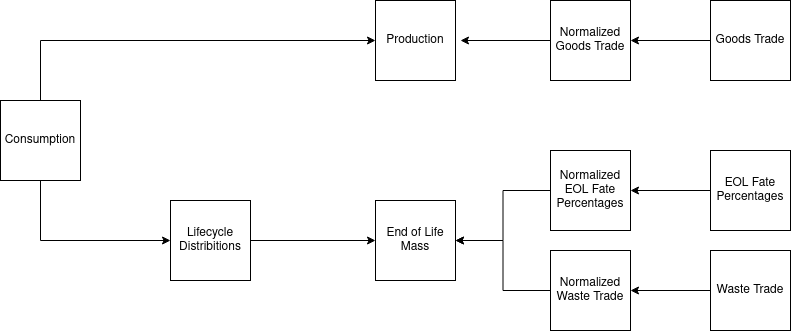
SchmidtDSE/plastics-interventions-doc keeps this draw.io diagram as flowChart.png. Above is the earlier version. Source tidied: cells renumbered, new cells last; positions are measured from the earlier drawing's top-left corner, leaving out a move shared by most shapes.
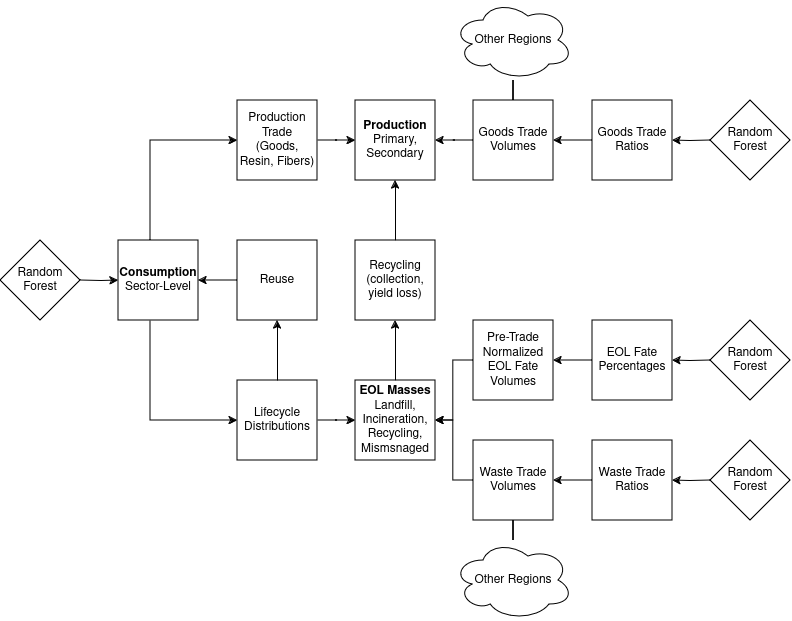
The same file after the commit.

Diff of the diagram source:
```diff
@@ -2,72 +2,150 @@
   <root>
     <mxCell id="0" />
     <mxCell id="1" parent="0" />
-    <mxCell id="2" style="edgeStyle=orthogonalEdgeStyle;rounded=0;jettySize=auto;html=1;" parent="1" edge="1" source="4" target="9">
-      <mxGeometry relative="1" as="geometry">
-        <Array as="points">
-          <mxPoint x="40" y="240" />
-        </Array>
-      </mxGeometry>
-    </mxCell>
-    <mxCell id="3" style="edgeStyle=orthogonalEdgeStyle;rounded=0;jettySize=auto;html=1;entryX=0;entryY=0.5;entryDx=0;entryDy=0;" parent="1" edge="1" source="4" target="7">
-      <mxGeometry relative="1" as="geometry">
-        <Array as="points">
-          <mxPoint x="40" y="40" />
-        </Array>
-      </mxGeometry>
-    </mxCell>
-    <mxCell id="4" value="Consumption" style="whiteSpace=wrap;html=1;" parent="1" vertex="1">
-      <mxGeometry y="100" width="80" height="80" as="geometry" />
-    </mxCell>
-    <mxCell id="5" style="edgeStyle=orthogonalEdgeStyle;rounded=0;jettySize=auto;html=1;" parent="1" edge="1" source="6" target="16">
-      <mxGeometry relative="1" as="geometry" />
-    </mxCell>
-    <mxCell id="6" value="Goods Trade" style="whiteSpace=wrap;html=1;" parent="1" vertex="1">
-      <mxGeometry x="710" width="80" height="80" as="geometry" />
-    </mxCell>
-    <mxCell id="7" value="Production" style="whiteSpace=wrap;html=1;" parent="1" vertex="1">
-      <mxGeometry x="375" width="80" height="80" as="geometry" />
-    </mxCell>
-    <mxCell id="8" style="edgeStyle=orthogonalEdgeStyle;rounded=0;jettySize=auto;html=1;entryX=0;entryY=0.5;entryDx=0;entryDy=0;" parent="1" edge="1" source="9" target="14">
-      <mxGeometry relative="1" as="geometry" />
-    </mxCell>
-    <mxCell id="9" value="Lifecycle Distribitions" style="whiteSpace=wrap;html=1;" parent="1" vertex="1">
-      <mxGeometry x="170" y="200" width="80" height="80" as="geometry" />
-    </mxCell>
-    <mxCell id="10" style="edgeStyle=orthogonalEdgeStyle;rounded=0;jettySize=auto;html=1;" parent="1" edge="1" source="11" target="14">
-      <mxGeometry relative="1" as="geometry" />
-    </mxCell>
-    <mxCell id="11" value="Normalized Waste Trade" style="whiteSpace=wrap;html=1;" parent="1" vertex="1">
-      <mxGeometry x="550" y="250" width="80" height="80" as="geometry" />
-    </mxCell>
-    <mxCell id="12" style="edgeStyle=orthogonalEdgeStyle;rounded=0;jettySize=auto;html=1;entryX=1;entryY=0.5;entryDx=0;entryDy=0;" parent="1" edge="1" source="13" target="11">
-      <mxGeometry relative="1" as="geometry" />
-    </mxCell>
-    <mxCell id="13" value="Waste Trade" style="whiteSpace=wrap;html=1;" parent="1" vertex="1">
-      <mxGeometry x="710" y="250" width="80" height="80" as="geometry" />
-    </mxCell>
-    <mxCell id="14" value="End of Life Mass" style="whiteSpace=wrap;html=1;" parent="1" vertex="1">
-      <mxGeometry x="375" y="200" width="80" height="80" as="geometry" />
-    </mxCell>
-    <mxCell id="15" style="edgeStyle=orthogonalEdgeStyle;rounded=0;jettySize=auto;html=1;" parent="1" edge="1" source="16">
-      <mxGeometry relative="1" as="geometry">
-        <mxPoint x="460" y="40" as="targetPoint" />
-      </mxGeometry>
-    </mxCell>
-    <mxCell id="16" value="Normalized Goods Trade" style="whiteSpace=wrap;html=1;" parent="1" vertex="1">
-      <mxGeometry x="550" width="80" height="80" as="geometry" />
-    </mxCell>
-    <mxCell id="17" style="edgeStyle=orthogonalEdgeStyle;rounded=0;jettySize=auto;html=1;" parent="1" edge="1" source="18" target="14">
-      <mxGeometry relative="1" as="geometry" />
-    </mxCell>
-    <mxCell id="18" value="&lt;div&gt;Normalized EOL Fate Percentages&lt;/div&gt;" style="whiteSpace=wrap;html=1;" parent="1" vertex="1">
-      <mxGeometry x="550" y="150" width="80" height="80" as="geometry" />
-    </mxCell>
-    <mxCell id="19" style="edgeStyle=orthogonalEdgeStyle;rounded=0;jettySize=auto;html=1;" parent="1" edge="1" source="20" target="18">
-      <mxGeometry relative="1" as="geometry" />
-    </mxCell>
+    <mxCell id="21" style="edgeStyle=orthogonalEdgeStyle;rounded=0;jettySize=auto;html=1;" parent="1" edge="1" target="24">
+      <mxGeometry relative="1" as="geometry">
+        <mxPoint x="50" y="160" as="sourcePoint" />
+      </mxGeometry>
+    </mxCell>
+    <mxCell id="22" style="edgeStyle=orthogonalEdgeStyle;rounded=0;jettySize=auto;html=1;entryX=0;entryY=0.5;entryDx=0;entryDy=0;" parent="1" edge="1" source="24" target="54">
+      <mxGeometry relative="1" as="geometry">
+        <Array as="points">
+          <mxPoint x="120" y="300" />
+        </Array>
+      </mxGeometry>
+    </mxCell>
+    <mxCell id="23" style="edgeStyle=orthogonalEdgeStyle;rounded=0;jettySize=auto;html=1;entryX=0;entryY=0.5;entryDx=0;entryDy=0;" parent="1" edge="1" source="24" target="55">
+      <mxGeometry relative="1" as="geometry">
+        <Array as="points">
+          <mxPoint x="120" y="20" />
+        </Array>
+      </mxGeometry>
+    </mxCell>
+    <mxCell id="24" value="&lt;div&gt;Consumption&lt;/div&gt;&lt;div&gt;&lt;span style=&quot;font-weight: normal;&quot;&gt;Sector-Level&lt;/span&gt;&lt;br&gt;&lt;/div&gt;" style="whiteSpace=wrap;html=1;fontStyle=1;flipH=1;" parent="1" vertex="1">
+      <mxGeometry x="88" y="120" width="80" height="80" as="geometry" />
+    </mxCell>
+    <mxCell id="25" style="edgeStyle=orthogonalEdgeStyle;rounded=0;jettySize=auto;html=1;" parent="1" edge="1" source="54" target="59">
+      <mxGeometry relative="1" as="geometry" />
+    </mxCell>
+    <mxCell id="26" style="edgeStyle=orthogonalEdgeStyle;rounded=0;jettySize=auto;html=1;" parent="1" edge="1" source="46" target="59">
+      <mxGeometry relative="1" as="geometry" />
+    </mxCell>
+    <mxCell id="27" style="edgeStyle=orthogonalEdgeStyle;rounded=0;jettySize=auto;html=1;" parent="1" edge="1" source="47" target="59">
+      <mxGeometry relative="1" as="geometry" />
+    </mxCell>
+    <mxCell id="28" style="edgeStyle=orthogonalEdgeStyle;rounded=0;jettySize=auto;html=1;" parent="1" edge="1" source="43" target="47">
+      <mxGeometry relative="1" as="geometry" />
+    </mxCell>
+    <mxCell id="29" style="edgeStyle=orthogonalEdgeStyle;rounded=0;jettySize=auto;html=1;" parent="1" edge="1" source="20" target="46">
+      <mxGeometry relative="1" as="geometry" />
+    </mxCell>
+    <mxCell id="30" style="edgeStyle=orthogonalEdgeStyle;rounded=0;jettySize=auto;html=1;" parent="1" edge="1" target="20">
+      <mxGeometry relative="1" as="geometry">
+        <mxPoint x="680" y="240" as="sourcePoint" />
+      </mxGeometry>
+    </mxCell>
+    <mxCell id="31" style="edgeStyle=orthogonalEdgeStyle;rounded=0;jettySize=auto;html=1;" parent="1" edge="1" target="43">
+      <mxGeometry relative="1" as="geometry">
+        <mxPoint x="680" y="360" as="sourcePoint" />
+      </mxGeometry>
+    </mxCell>
+    <mxCell id="32" style="edgeStyle=orthogonalEdgeStyle;rounded=0;jettySize=auto;html=1;entryX=0;entryY=0.5;entryDx=0;entryDy=0;" parent="1" edge="1" source="55" target="60">
+      <mxGeometry relative="1" as="geometry" />
+    </mxCell>
+    <mxCell id="33" style="edgeStyle=orthogonalEdgeStyle;rounded=0;jettySize=auto;html=1;entryX=1;entryY=0.5;entryDx=0;entryDy=0;" parent="1" edge="1" source="48" target="60">
+      <mxGeometry relative="1" as="geometry" />
+    </mxCell>
+    <mxCell id="34" style="edgeStyle=orthogonalEdgeStyle;rounded=0;jettySize=auto;html=1;" parent="1" edge="1" source="44" target="48">
+      <mxGeometry relative="1" as="geometry" />
+    </mxCell>
+    <mxCell id="35" style="edgeStyle=orthogonalEdgeStyle;rounded=0;jettySize=auto;html=1;" parent="1" edge="1" target="44">
+      <mxGeometry relative="1" as="geometry">
+        <mxPoint x="680" y="20" as="sourcePoint" />
+      </mxGeometry>
+    </mxCell>
+    <mxCell id="36" style="edgeStyle=orthogonalEdgeStyle;rounded=0;jettySize=auto;html=1;" parent="1" edge="1" source="56" target="24">
+      <mxGeometry relative="1" as="geometry" />
+    </mxCell>
+    <mxCell id="37" value="&lt;div&gt;Random&lt;/div&gt;&lt;div&gt;Forest&lt;br&gt;&lt;/div&gt;" style="rhombus;whiteSpace=wrap;html=1;flipH=1;" parent="1" vertex="1">
+      <mxGeometry x="-30" y="120" width="80" height="80" as="geometry" />
+    </mxCell>
+    <mxCell id="38" style="group;flipH=1;" parent="1" vertex="1">
+      <mxGeometry x="680" y="-20" width="80" height="420" as="geometry" />
+    </mxCell>
+    <mxCell id="39" value="&lt;div&gt;Random&lt;/div&gt;&lt;div&gt;Forest&lt;br&gt;&lt;/div&gt;" style="rhombus;whiteSpace=wrap;html=1;" parent="38" vertex="1">
+      <mxGeometry width="80" height="80" as="geometry" />
+    </mxCell>
+    <mxCell id="40" value="&lt;div&gt;Random&lt;/div&gt;&lt;div&gt;Forest&lt;br&gt;&lt;/div&gt;" style="rhombus;whiteSpace=wrap;html=1;" parent="38" vertex="1">
+      <mxGeometry y="220" width="80" height="80" as="geometry" />
+    </mxCell>
+    <mxCell id="41" value="&lt;div&gt;Random&lt;/div&gt;&lt;div&gt;Forest&lt;br&gt;&lt;/div&gt;" style="rhombus;whiteSpace=wrap;html=1;" parent="38" vertex="1">
+      <mxGeometry y="340" width="80" height="80" as="geometry" />
+    </mxCell>
+    <mxCell id="42" style="group;flipH=1;" parent="1" vertex="1">
+      <mxGeometry x="562" y="-20" width="80" height="420" as="geometry" />
+    </mxCell>
+    <mxCell id="43" value="Waste Trade Ratios" style="whiteSpace=wrap;html=1;" parent="42" vertex="1">
+      <mxGeometry y="340" width="80" height="80" as="geometry" />
+    </mxCell>
-    <mxCell id="20" value="&lt;div&gt;EOL Fate Percentages&lt;/div&gt;" style="whiteSpace=wrap;html=1;" parent="1" vertex="1">
-      <mxGeometry x="710" y="150" width="80" height="80" as="geometry" />
+    <mxCell id="20" value="EOL Fate Percentages" style="whiteSpace=wrap;html=1;" parent="42" vertex="1">
+      <mxGeometry y="220" width="80" height="80" as="geometry" />
     </mxCell>
+    <mxCell id="44" value="&lt;div&gt;Goods Trade&lt;/div&gt;&lt;div&gt;Ratios&lt;br&gt;&lt;/div&gt;" style="whiteSpace=wrap;html=1;" parent="42" vertex="1">
+      <mxGeometry width="80" height="80" as="geometry" />
+    </mxCell>
+    <mxCell id="45" style="group;flipH=1;" parent="1" vertex="1">
+      <mxGeometry x="423" y="-120" width="120" height="620" as="geometry" />
+    </mxCell>
+    <mxCell id="46" value="&lt;div&gt;Pre-Trade&lt;br&gt;&lt;/div&gt;&lt;div&gt;Normalized EOL Fate Volumes&lt;/div&gt;" style="whiteSpace=wrap;html=1;" parent="45" vertex="1">
+      <mxGeometry x="20" y="320" width="80" height="80" as="geometry" />
+    </mxCell>
+    <mxCell id="47" value="&lt;div&gt;Waste Trade&lt;/div&gt;&lt;div&gt;Volumes&lt;br&gt;&lt;/div&gt;" style="whiteSpace=wrap;html=1;" parent="45" vertex="1">
+      <mxGeometry x="20" y="440" width="80" height="80" as="geometry" />
+    </mxCell>
+    <mxCell id="48" value="&lt;div&gt;Goods Trade&lt;/div&gt;&lt;div&gt;Volumes&lt;br&gt;&lt;/div&gt;" style="whiteSpace=wrap;html=1;" parent="45" vertex="1">
+      <mxGeometry x="20" y="100" width="80" height="80" as="geometry" />
+    </mxCell>
+    <mxCell id="49" value="Other Regions" style="ellipse;shape=cloud;whiteSpace=wrap;html=1;" parent="45" vertex="1">
+      <mxGeometry width="120" height="80" as="geometry" />
+    </mxCell>
+    <mxCell id="50" value="Other Regions" style="ellipse;shape=cloud;whiteSpace=wrap;html=1;" parent="45" vertex="1">
+      <mxGeometry y="540" width="120" height="80" as="geometry" />
+    </mxCell>
+    <mxCell id="51" style="edgeStyle=orthogonalEdgeStyle;rounded=0;jettySize=auto;html=1;endArrow=none;endFill=0;" parent="45" edge="1" source="48" target="49">
+      <mxGeometry relative="1" as="geometry" />
+    </mxCell>
+    <mxCell id="52" style="edgeStyle=orthogonalEdgeStyle;rounded=0;jettySize=auto;html=1;endArrow=none;endFill=0;" parent="45" edge="1" source="47" target="50">
+      <mxGeometry relative="1" as="geometry" />
+    </mxCell>
+    <mxCell id="53" style="group;flipH=1;" parent="1" vertex="1">
+      <mxGeometry x="207" y="-20" width="80" height="360" as="geometry" />
+    </mxCell>
+    <mxCell id="54" value="&lt;div&gt;Lifecycle&lt;/div&gt;&lt;div&gt;Distributions&lt;br&gt;&lt;/div&gt;" style="whiteSpace=wrap;html=1;" parent="53" vertex="1">
+      <mxGeometry y="280" width="80" height="80" as="geometry" />
+    </mxCell>
+    <mxCell id="55" value="&lt;div&gt;Production Trade&lt;/div&gt;&lt;div&gt;(Goods, Resin, Fibers)&lt;br&gt;&lt;/div&gt;" style="whiteSpace=wrap;html=1;" parent="53" vertex="1">
+      <mxGeometry width="80" height="80" as="geometry" />
+    </mxCell>
+    <mxCell id="56" value="Reuse" style="whiteSpace=wrap;html=1;" parent="53" vertex="1">
+      <mxGeometry y="140" width="80" height="80" as="geometry" />
+    </mxCell>
+    <mxCell id="57" style="edgeStyle=orthogonalEdgeStyle;rounded=0;jettySize=auto;html=1;" parent="53" edge="1" source="54" target="56">
+      <mxGeometry relative="1" as="geometry" />
+    </mxCell>
+    <mxCell id="58" style="edgeStyle=orthogonalEdgeStyle;rounded=0;jettySize=auto;html=1;" parent="1" edge="1" source="59" target="62">
+      <mxGeometry relative="1" as="geometry" />
+    </mxCell>
+    <mxCell id="59" value="&lt;div&gt;EOL Masses&lt;/div&gt;&lt;div&gt;&lt;span style=&quot;font-weight: normal;&quot;&gt;Landfill, Incineration, Recycling, Mismsnaged&lt;/span&gt;&lt;br&gt;&lt;/div&gt;" style="whiteSpace=wrap;html=1;fontStyle=1;" parent="1" vertex="1">
+      <mxGeometry x="325" y="260" width="80" height="80" as="geometry" />
+    </mxCell>
+    <mxCell id="60" value="&lt;div&gt;Production&lt;/div&gt;&lt;div&gt;&lt;span style=&quot;font-weight: normal;&quot;&gt;Primary, Secondary&lt;/span&gt;&lt;/div&gt;" style="whiteSpace=wrap;html=1;fontStyle=1;" parent="1" vertex="1">
+      <mxGeometry x="325" y="-20" width="80" height="80" as="geometry" />
+    </mxCell>
+    <mxCell id="61" style="edgeStyle=orthogonalEdgeStyle;rounded=0;jettySize=auto;html=1;" parent="1" edge="1" source="62" target="60">
+      <mxGeometry relative="1" as="geometry" />
+    </mxCell>
+    <mxCell id="62" value="&lt;div&gt;Recycling&lt;/div&gt;&lt;div&gt;(collection, yield loss)&lt;br&gt;&lt;/div&gt;" style="whiteSpace=wrap;html=1;" parent="1" vertex="1">
+      <mxGeometry x="325" y="120" width="80" height="80" as="geometry" />
+    </mxCell>
   </root>
 </mxGraphModel>
```
